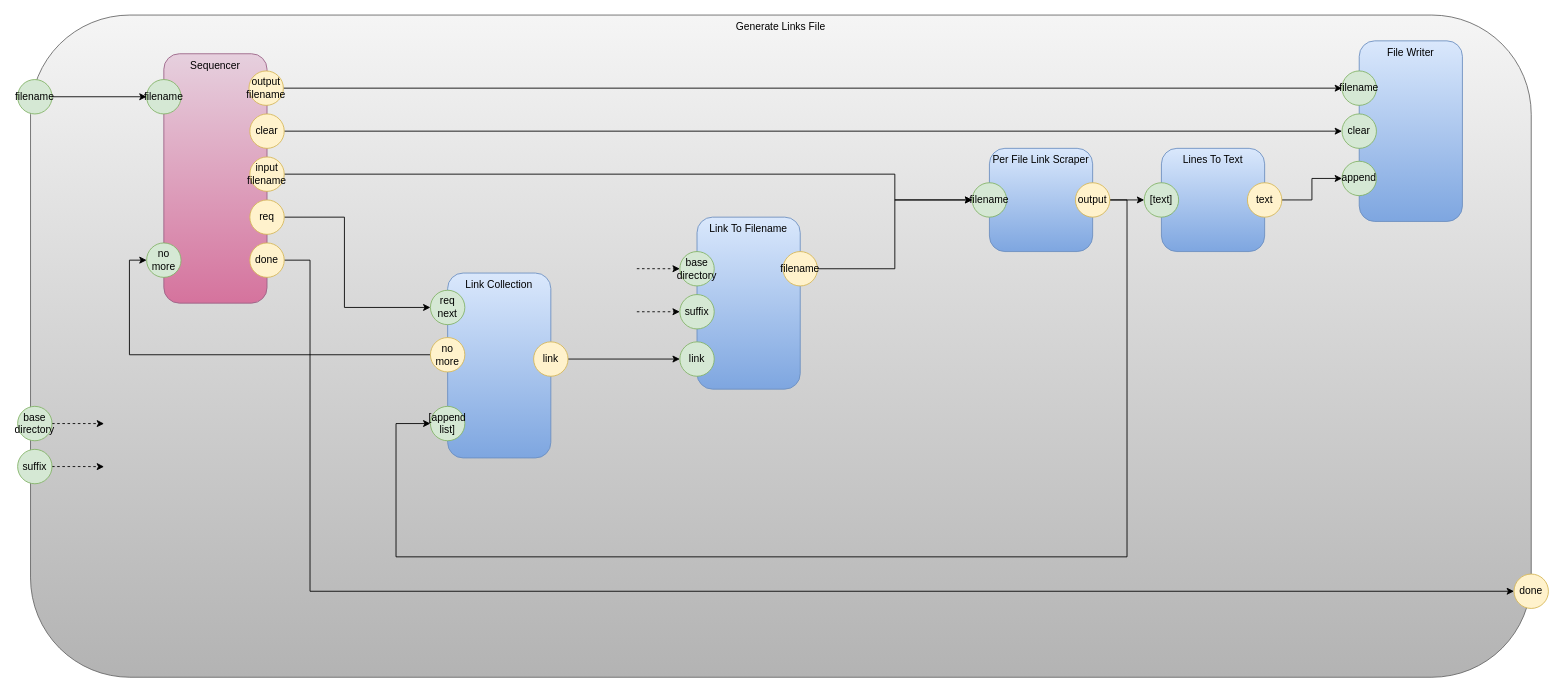
guitarvydas/pypm keeps this draw.io diagram as page "Generate Links File" (5 of 5) of pm-copy.drawio. Above is the earlier version. Source tidied: cells renumbered, new cells numbered last; positions are measured from the earlier drawing's top-left corner, leaving out a move shared by most shapes. Both pictures are drawn from the tidied source at 86%, with x=0, y=0 at pixel (17, 15).
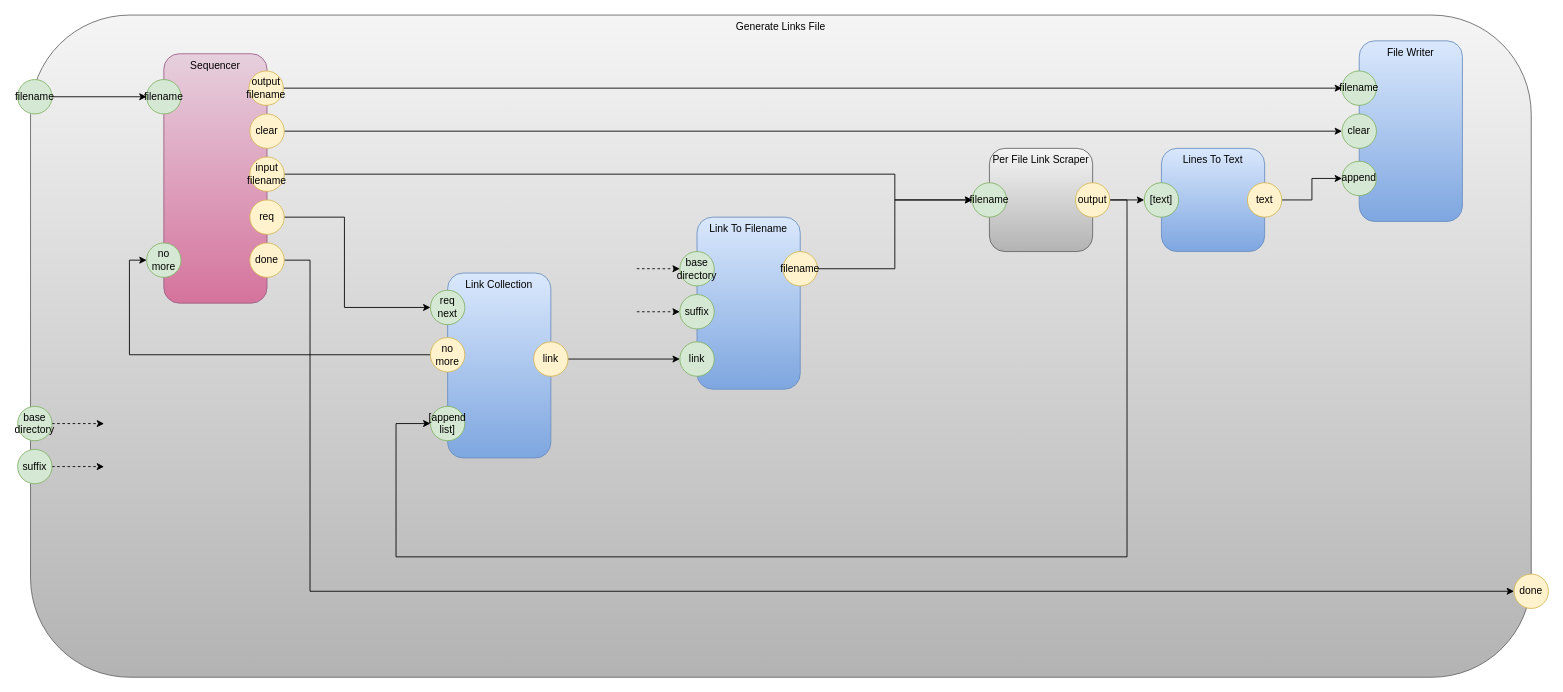
Above is the later version.

Diff of the diagram source:
```diff
@@
-    <mxCell id="3" value="Per File Link Scraper" style="rounded=1;whiteSpace=wrap;html=1;horizontal=1;verticalAlign=top;fillColor=#dae8fc;strokeColor=#6c8ebf;gradientColor=#7ea6e0;" parent="1" vertex="1">
+    <mxCell id="3" value="Per File Link Scraper" style="rounded=1;whiteSpace=wrap;html=1;horizontal=1;verticalAlign=top;fillColor=#f5f5f5;strokeColor=#666666;gradientColor=#b3b3b3;" parent="1" vertex="1">
       <mxGeometry x="1130" y="155" width="120" height="120" as="geometry" />
     </mxCell>
```
